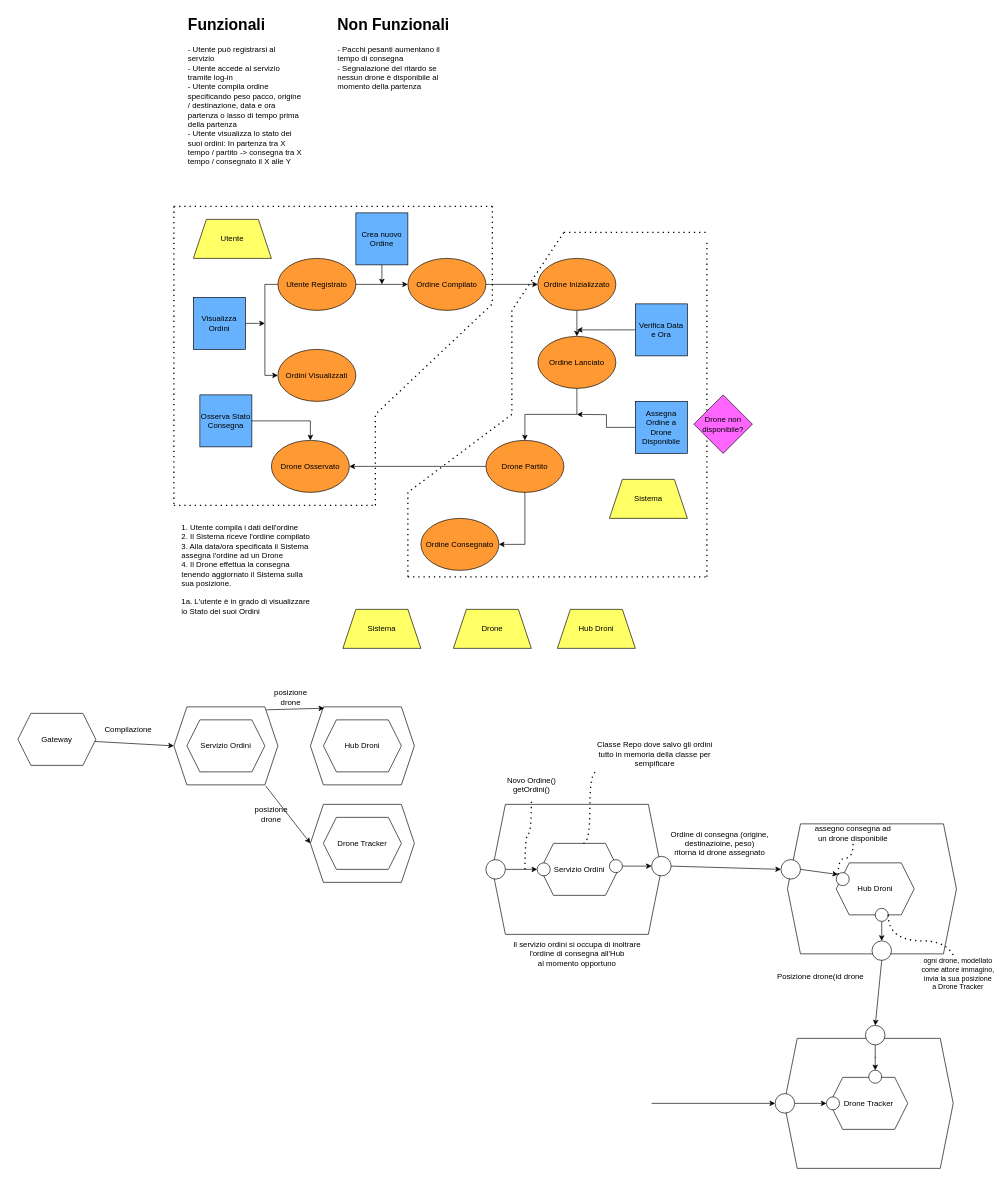
The draw.io diagram doc/event_storming_system.drawio in AlessandroStefani/sap_assignment01, before the edit. Source tidied: cells renumbered, new cells numbered last; positions are measured from the earlier drawing's top-left corner, leaving out a move shared by most shapes. Both pictures are drawn from the tidied source at 65%, with x=0, y=0 at pixel (18, 11).
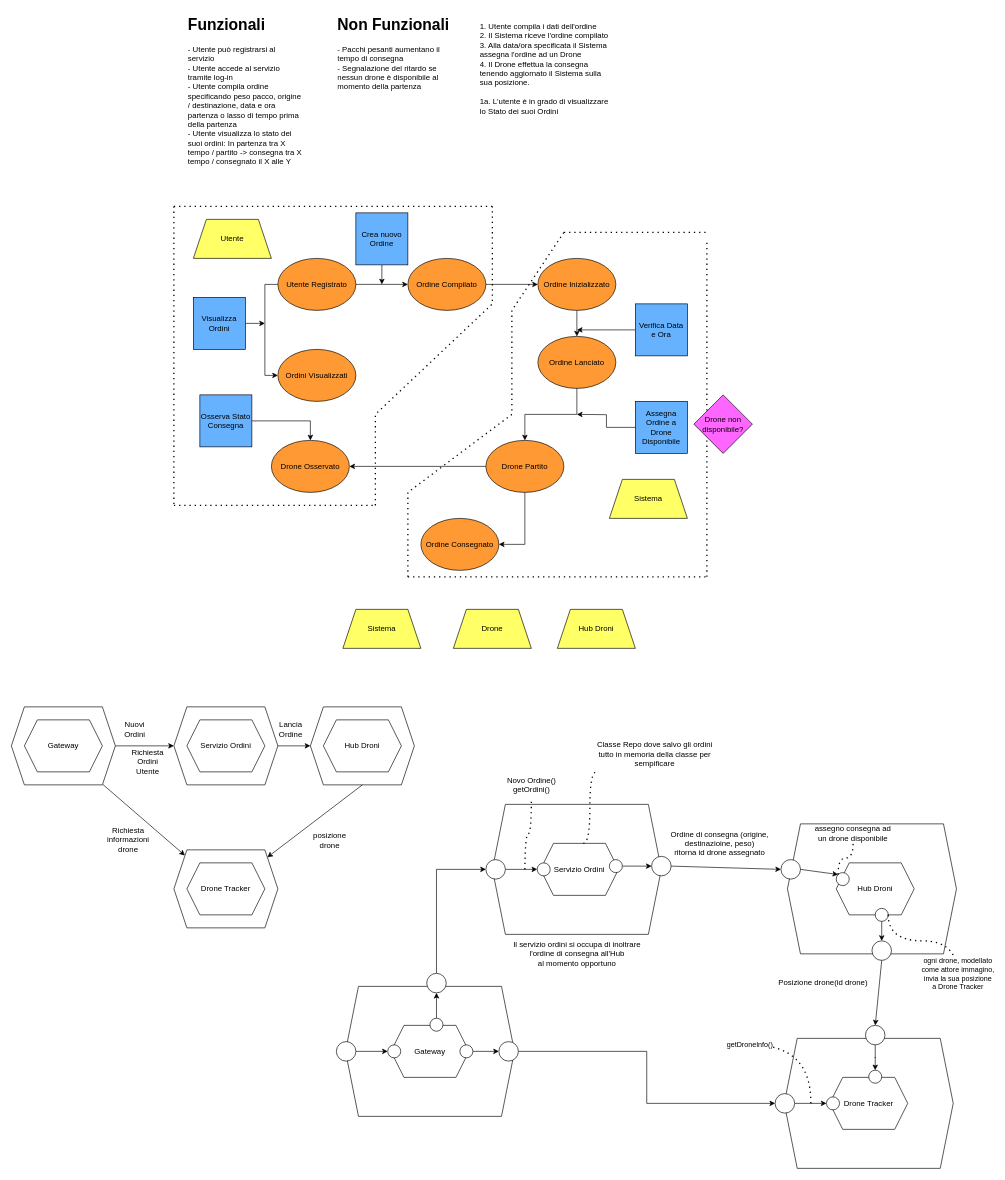
The same diagram, later.

Unchanged cells that the change refers to:
```xml
<mxCell id="44" style="shape=hexagon;perimeter=hexagonPerimeter2;whiteSpace=wrap;html=1;fixedSize=1;fillColor=none;" parent="1" vertex="1">
  <mxGeometry x="450" y="1070" width="160" height="120" as="geometry" />
</mxCell>
<mxCell id="45" style="shape=hexagon;perimeter=hexagonPerimeter2;whiteSpace=wrap;html=1;fixedSize=1;fillColor=none;" parent="1" vertex="1">
  <mxGeometry x="240" y="1070" width="160" height="120" as="geometry" />
</mxCell>
<mxCell id="81" style="ellipse;whiteSpace=wrap;html=1;" parent="1" vertex="1">
  <mxGeometry x="1165" y="1665" width="30" height="30" as="geometry" />
</mxCell>
<mxCell id="90" style="ellipse;whiteSpace=wrap;html=1;" parent="1" vertex="1">
  <mxGeometry x="720" y="1305" width="30" height="30" as="geometry" />
</mxCell>
```

Change to the diagram source:
```diff
@@
     <mxCell id="40" value="1. Utente compila i dati dell'ordine&lt;div&gt;2. Il Sistema riceve l'ordine compilato&lt;/div&gt;&lt;div&gt;3. Alla data/ora specificata il Sistema assegna l'ordine ad un Drone&lt;/div&gt;&lt;div&gt;4. Il Drone effettua la consegna tenendo aggiornato il Sistema sulla sua posizione.&lt;/div&gt;&lt;div&gt;&lt;br&gt;&lt;/div&gt;&lt;div&gt;1a. L'utente è in grado di visualizzare lo Stato dei suoi Ordini&lt;/div&gt;" style="text;html=1;whiteSpace=wrap;overflow=hidden;rounded=0;" parent="1" vertex="1">
-      <mxGeometry x="250" y="780" width="200" height="200" as="geometry" />
+      <mxGeometry x="709" y="10" width="200" height="200" as="geometry" />
     </mxCell>
@@
-    <mxCell id="46" style="endArrow=classic;html=1;rounded=0;" parent="1" edge="1" source="53">
+    <mxCell id="46" style="endArrow=classic;html=1;rounded=0;exitX=1;exitY=0.5;exitDx=0;exitDy=0;" parent="1" edge="1" source="114">
       <mxGeometry relative="1" as="geometry">
         <mxPoint x="240" y="1130" as="targetPoint" />
       </mxGeometry>
     </mxCell>
-    <mxCell id="47" value="Compilazione" style="text;html=1;whiteSpace=wrap;strokeColor=none;fillColor=none;align=center;verticalAlign=middle;rounded=0;" parent="1" vertex="1">
-      <mxGeometry x="140" y="1090" width="60" height="30" as="geometry" />
+    <mxCell id="47" value="Nuovi Ordini" style="text;html=1;whiteSpace=wrap;strokeColor=none;fillColor=none;align=center;verticalAlign=middle;rounded=0;" parent="1" vertex="1">
+      <mxGeometry x="150" y="1090" width="60" height="30" as="geometry" />
     </mxCell>
@@
     <mxCell id="51" value="Drone Tracker" style="shape=hexagon;perimeter=hexagonPerimeter2;whiteSpace=wrap;html=1;fixedSize=1;" parent="1" vertex="1">
-      <mxGeometry x="470" y="1240" width="120" height="80" as="geometry" />
+      <mxGeometry x="260" y="1310" width="120" height="80" as="geometry" />
     </mxCell>
     <mxCell id="52" style="shape=hexagon;perimeter=hexagonPerimeter2;whiteSpace=wrap;html=1;fixedSize=1;fillColor=none;" parent="1" vertex="1">
-      <mxGeometry x="450" y="1220" width="160" height="120" as="geometry" />
+      <mxGeometry x="240" y="1290" width="160" height="120" as="geometry" />
     </mxCell>
     <mxCell id="53" value="Gateway" style="shape=hexagon;perimeter=hexagonPerimeter2;whiteSpace=wrap;html=1;fixedSize=1;" parent="1" vertex="1">
-      <mxGeometry y="1080" width="120" height="80" as="geometry" />
+      <mxGeometry x="10" y="1090" width="120" height="80" as="geometry" />
     </mxCell>
-    <mxCell id="54" style="endArrow=classic;html=1;rounded=0;entryX=0;entryY=0.5;entryDx=0;entryDy=0;exitX=0.883;exitY=1.014;exitDx=0;exitDy=0;exitPerimeter=0;" parent="1" edge="1" source="45" target="52">
+    <mxCell id="54" style="endArrow=classic;html=1;rounded=0;exitX=0.5;exitY=1;exitDx=0;exitDy=0;" parent="1" edge="1" source="44" target="52">
       <mxGeometry relative="1" as="geometry" />
     </mxCell>
     <mxCell id="55" value="posizione drone" style="text;html=1;whiteSpace=wrap;strokeColor=none;fillColor=none;align=center;verticalAlign=middle;rounded=0;" parent="1" vertex="1">
-      <mxGeometry x="360" y="1220" width="60" height="30" as="geometry" />
+      <mxGeometry x="450" y="1260" width="60" height="30" as="geometry" />
     </mxCell>
-    <mxCell id="56" style="endArrow=classic;html=1;rounded=0;entryX=0.133;entryY=0.017;entryDx=0;entryDy=0;exitX=0.888;exitY=0.038;exitDx=0;exitDy=0;exitPerimeter=0;entryPerimeter=0;" parent="1" edge="1" source="45" target="44">
+    <mxCell id="56" style="endArrow=classic;html=1;rounded=0;entryX=0;entryY=0.5;entryDx=0;entryDy=0;exitX=1;exitY=0.5;exitDx=0;exitDy=0;" parent="1" edge="1" source="45" target="44">
       <mxGeometry relative="1" as="geometry" />
     </mxCell>
-    <mxCell id="57" value="posizione drone" style="text;html=1;whiteSpace=wrap;strokeColor=none;fillColor=none;align=center;verticalAlign=middle;rounded=0;" parent="1" vertex="1">
-      <mxGeometry x="390" y="1040" width="60" height="30" as="geometry" />
+    <mxCell id="57" value="Lancia Ordine" style="text;html=1;whiteSpace=wrap;strokeColor=none;fillColor=none;align=center;verticalAlign=middle;rounded=0;" parent="1" vertex="1">
+      <mxGeometry x="390" y="1090" width="60" height="30" as="geometry" />
     </mxCell>
@@
-    <mxCell id="73" value="Posizione drone(id drone" style="text;html=1;whiteSpace=wrap;strokeColor=none;fillColor=none;align=center;verticalAlign=middle;rounded=0;" parent="1" vertex="1">
-      <mxGeometry x="1155" y="1470" width="160" height="30" as="geometry" />
+    <mxCell id="73" value="Posizione drone(id drone)" style="text;html=1;whiteSpace=wrap;strokeColor=none;fillColor=none;align=center;verticalAlign=middle;rounded=0;" parent="1" vertex="1">
+      <mxGeometry x="1159" y="1480" width="160" height="30" as="geometry" />
     </mxCell>
@@
-    <mxCell id="82" style="endArrow=classic;html=1;rounded=0;entryX=0;entryY=0.5;entryDx=0;entryDy=0;" parent="1" edge="1" target="81">
-      <mxGeometry relative="1" as="geometry">
-        <mxPoint x="975" y="1680" as="sourcePoint" />
-      </mxGeometry>
-    </mxCell>
@@
+    <mxCell id="96" value="Gateway" style="shape=hexagon;perimeter=hexagonPerimeter2;whiteSpace=wrap;html=1;fixedSize=1;" parent="1" vertex="1">
+      <mxGeometry x="574" y="1560" width="120" height="80" as="geometry" />
+    </mxCell>
+    <mxCell id="97" style="shape=hexagon;perimeter=hexagonPerimeter2;whiteSpace=wrap;html=1;fixedSize=1;fillColor=none;" parent="1" vertex="1">
+      <mxGeometry x="504" y="1500" width="260" height="200" as="geometry" />
+    </mxCell>
+    <mxCell id="98" style="edgeStyle=orthogonalEdgeStyle;rounded=0;jettySize=auto;html=1;exitX=0.5;exitY=0;exitDx=0;exitDy=0;entryX=0;entryY=0.5;entryDx=0;entryDy=0;" parent="1" edge="1" source="99" target="90">
+      <mxGeometry relative="1" as="geometry" />
+    </mxCell>
+    <mxCell id="99" style="ellipse;whiteSpace=wrap;html=1;" parent="1" vertex="1">
+      <mxGeometry x="629" y="1480" width="30" height="30" as="geometry" />
+    </mxCell>
+    <mxCell id="100" style="edgeStyle=orthogonalEdgeStyle;rounded=0;jettySize=auto;html=1;exitX=0.5;exitY=0;exitDx=0;exitDy=0;entryX=0.5;entryY=1;entryDx=0;entryDy=0;" parent="1" edge="1" source="101" target="99">
+      <mxGeometry relative="1" as="geometry" />
+    </mxCell>
+    <mxCell id="101" style="ellipse;whiteSpace=wrap;html=1;" parent="1" vertex="1">
+      <mxGeometry x="634" y="1549" width="20" height="20" as="geometry" />
+    </mxCell>
+    <mxCell id="102" style="ellipse;whiteSpace=wrap;html=1;" parent="1" vertex="1">
+      <mxGeometry x="569" y="1590" width="20" height="20" as="geometry" />
+    </mxCell>
+    <mxCell id="103" style="edgeStyle=orthogonalEdgeStyle;rounded=0;jettySize=auto;html=1;entryX=0;entryY=0.5;entryDx=0;entryDy=0;" parent="1" edge="1" source="104" target="102">
+      <mxGeometry relative="1" as="geometry" />
+    </mxCell>
+    <mxCell id="104" style="ellipse;whiteSpace=wrap;html=1;" parent="1" vertex="1">
+      <mxGeometry x="490" y="1585" width="30" height="30" as="geometry" />
+    </mxCell>
+    <mxCell id="105" style="edgeStyle=orthogonalEdgeStyle;rounded=0;jettySize=auto;html=1;exitX=1;exitY=0.5;exitDx=0;exitDy=0;entryX=0;entryY=0.5;entryDx=0;entryDy=0;" parent="1" edge="1" source="106" target="108">
+      <mxGeometry relative="1" as="geometry" />
+    </mxCell>
+    <mxCell id="106" style="ellipse;whiteSpace=wrap;html=1;" parent="1" vertex="1">
+      <mxGeometry x="680" y="1590" width="20" height="20" as="geometry" />
+    </mxCell>
+    <mxCell id="107" style="edgeStyle=orthogonalEdgeStyle;rounded=0;jettySize=auto;html=1;exitX=1;exitY=0.5;exitDx=0;exitDy=0;entryX=0;entryY=0.5;entryDx=0;entryDy=0;" parent="1" edge="1" source="108" target="81">
+      <mxGeometry relative="1" as="geometry" />
+    </mxCell>
+    <mxCell id="108" style="ellipse;whiteSpace=wrap;html=1;" parent="1" vertex="1">
+      <mxGeometry x="740" y="1585" width="30" height="30" as="geometry" />
+    </mxCell>
+    <mxCell id="109" style="endArrow=none;dashed=1;html=1;dashPattern=1 3;strokeWidth=2;rounded=0;edgeStyle=orthogonalEdgeStyle;curved=1;" parent="1" edge="1">
+      <mxGeometry relative="1" as="geometry">
+        <mxPoint x="1130" y="1590" as="sourcePoint" />
+        <mxPoint x="1220" y="1680" as="targetPoint" />
+      </mxGeometry>
+    </mxCell>
+    <mxCell id="110" value="getDroneInfo()" style="edgeLabel;html=1;align=center;verticalAlign=middle;" parent="109" vertex="1">
+      <mxGeometry x="-1" y="5" relative="1" as="geometry">
+        <mxPoint x="-5" y="3" as="offset" />
+      </mxGeometry>
+    </mxCell>
+    <mxCell id="111" style="endArrow=classic;html=1;rounded=0;exitX=0.881;exitY=0.996;exitDx=0;exitDy=0;exitPerimeter=0;entryX=0.106;entryY=0.071;entryDx=0;entryDy=0;entryPerimeter=0;" parent="1" edge="1" source="114" target="52">
+      <mxGeometry relative="1" as="geometry" />
+    </mxCell>
+    <mxCell id="112" value="Richiesta informazioni drone" style="text;html=1;whiteSpace=wrap;strokeColor=none;fillColor=none;align=center;verticalAlign=middle;rounded=0;" parent="1" vertex="1">
+      <mxGeometry x="140" y="1260" width="60" height="30" as="geometry" />
+    </mxCell>
+    <mxCell id="113" value="Richiesta Ordini Utente" style="text;html=1;whiteSpace=wrap;strokeColor=none;fillColor=none;align=center;verticalAlign=middle;rounded=0;" parent="1" vertex="1">
+      <mxGeometry x="170" y="1140" width="60" height="30" as="geometry" />
+    </mxCell>
+    <mxCell id="114" style="shape=hexagon;perimeter=hexagonPerimeter2;whiteSpace=wrap;html=1;fixedSize=1;fillColor=none;" parent="1" vertex="1">
+      <mxGeometry x="-10" y="1070" width="160" height="120" as="geometry" />
+    </mxCell>
```
